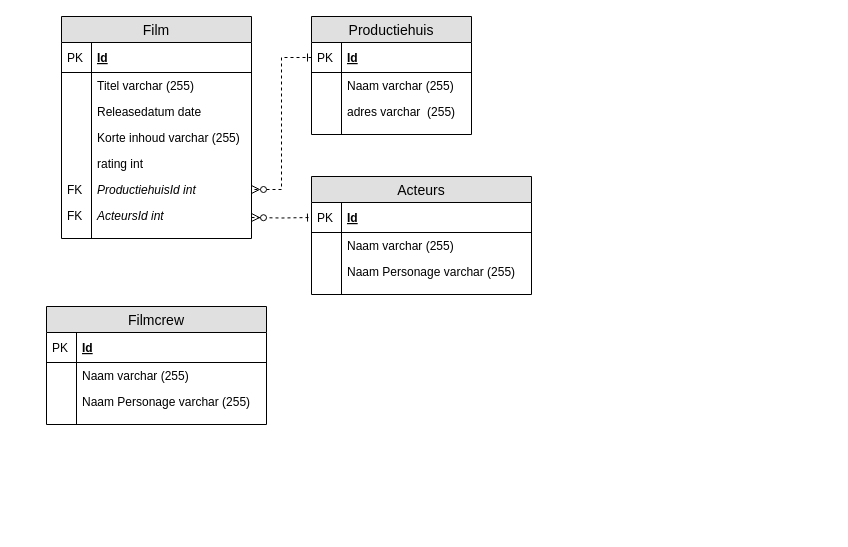
The draw.io diagram page "Oef Film" (2 of 2) of Datamodellering_Oefeningen.drawio in donnie1998/thomasmore2019-2020, before the edit. Source tidied: cells renumbered, new cells numbered last; positions are measured from the earlier drawing's top-left corner, leaving out a move shared by most shapes. Both pictures are drawn from the tidied source at 100%, with x=0, y=0 at pixel (46, 16).
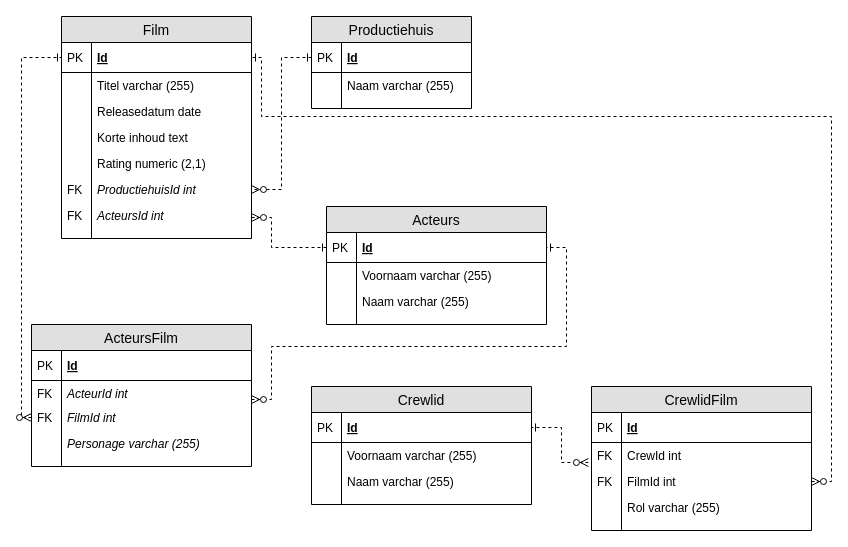
The same page after the edit.

Unchanged cells that the change refers to:
```xml
<mxCell id="3" value="Film" style="swimlane;fontStyle=0;horizontal=1;startSize=26;fillColor=#e0e0e0;swimlaneFillColor=#ffffff;align=center;fontSize=14;" parent="1" vertex="1">
  <mxGeometry x="15" width="190" height="222" as="geometry" />
</mxCell>
<mxCell id="4" value="Id" style="shape=partialRectangle;top=0;left=0;right=0;bottom=1;align=left;verticalAlign=middle;fillColor=none;spacingLeft=34;spacingRight=4;overflow=hidden;points=[[0,0.5],[1,0.5]];portConstraint=eastwest;fontStyle=5;fontSize=12;" parent="3" vertex="1">
  <mxGeometry y="26" width="190" height="30" as="geometry" />
</mxCell>
<mxCell id="31" value="Id" style="shape=partialRectangle;top=0;left=0;right=0;bottom=1;align=left;verticalAlign=middle;fillColor=none;spacingLeft=34;spacingRight=4;overflow=hidden;points=[[0,0.5],[1,0.5]];portConstraint=eastwest;fontStyle=5;fontSize=12;" parent="30" vertex="1">
  <mxGeometry y="26" width="220" height="30" as="geometry" />
</mxCell>
<mxCell id="40" value="Id" style="shape=partialRectangle;top=0;left=0;right=0;bottom=1;align=left;verticalAlign=middle;fillColor=none;spacingLeft=34;spacingRight=4;overflow=hidden;points=[[0,0.5],[1,0.5]];portConstraint=eastwest;fontStyle=5;fontSize=12;" parent="39" vertex="1">
  <mxGeometry y="26" width="220" height="30" as="geometry" />
</mxCell>
```

The edit, as a diff of the source:
```diff
@@
     <mxCell id="2" style="edgeStyle=orthogonalEdgeStyle;rounded=0;jettySize=auto;html=1;dashed=1;startArrow=ERzeroToMany;startFill=1;endArrow=ERone;endFill=0;entryX=0;entryY=0.5;entryDx=0;entryDy=0;" parent="1" edge="1" target="31">
       <mxGeometry relative="1" as="geometry">
         <mxPoint x="205" y="201" as="sourcePoint" />
+        <Array as="points">
+          <mxPoint x="225" y="201" />
+          <mxPoint x="225" y="231" />
+        </Array>
       </mxGeometry>
     </mxCell>
@@
-    <mxCell id="10" value="Korte inhoud varchar (255)" style="shape=partialRectangle;top=0;left=0;right=0;bottom=0;align=left;verticalAlign=top;fillColor=none;spacingLeft=34;spacingRight=4;overflow=hidden;fontSize=12;" parent="3" vertex="1">
+    <mxCell id="10" value="Korte inhoud text" style="shape=partialRectangle;top=0;left=0;right=0;bottom=0;align=left;verticalAlign=top;fillColor=none;spacingLeft=34;spacingRight=4;overflow=hidden;fontSize=12;" parent="3" vertex="1">
       <mxGeometry y="108" width="190" height="26" as="geometry" />
     </mxCell>
@@
-    <mxCell id="12" value="rating int" style="shape=partialRectangle;top=0;left=0;right=0;bottom=0;align=left;verticalAlign=top;fillColor=none;spacingLeft=34;spacingRight=4;overflow=hidden;fontSize=12;" parent="3" vertex="1">
+    <mxCell id="12" value="Rating numeric (2,1)" style="shape=partialRectangle;top=0;left=0;right=0;bottom=0;align=left;verticalAlign=top;fillColor=none;spacingLeft=34;spacingRight=4;overflow=hidden;fontSize=12;" parent="3" vertex="1">
       <mxGeometry y="134" width="190" height="26" as="geometry" />
     </mxCell>
@@
     <mxCell id="21" value="Productiehuis" style="swimlane;fontStyle=0;horizontal=1;startSize=26;fillColor=#e0e0e0;swimlaneFillColor=#ffffff;align=center;fontSize=14;" parent="1" vertex="1">
-      <mxGeometry x="265" width="160" height="118" as="geometry" />
+      <mxGeometry x="265" width="160" height="92" as="geometry" />
     </mxCell>
@@
-    <mxCell id="26" value="adres varchar  (255)" style="shape=partialRectangle;top=0;left=0;right=0;bottom=0;align=left;verticalAlign=top;fillColor=none;spacingLeft=34;spacingRight=4;overflow=hidden;fontSize=12;" parent="21" vertex="1">
-      <mxGeometry y="82" width="160" height="26" as="geometry" />
-    </mxCell>
-    <mxCell id="27" style="shape=partialRectangle;top=0;left=0;bottom=0;fillColor=none;align=left;verticalAlign=top;spacingLeft=4;spacingRight=4;overflow=hidden;fontSize=12;" parent="26" vertex="1">
-      <mxGeometry width="30" height="26" as="geometry" />
-    </mxCell>
     <mxCell id="28" style="shape=partialRectangle;top=0;left=0;right=0;bottom=0;align=left;verticalAlign=top;fillColor=none;spacingLeft=34;spacingRight=4;overflow=hidden;fontSize=12;" parent="21" vertex="1">
-      <mxGeometry y="108" width="160" height="10" as="geometry" />
+      <mxGeometry y="82" width="160" height="10" as="geometry" />
     </mxCell>
@@
     <mxCell id="30" value="Acteurs" style="swimlane;fontStyle=0;horizontal=1;startSize=26;fillColor=#e0e0e0;swimlaneFillColor=#ffffff;align=center;fontSize=14;" parent="1" vertex="1">
-      <mxGeometry x="265" y="160" width="220" height="118" as="geometry" />
+      <mxGeometry x="280" y="190" width="220" height="118" as="geometry" />
     </mxCell>
@@
-    <mxCell id="33" value="Naam varchar (255)" style="shape=partialRectangle;top=0;left=0;right=0;bottom=0;align=left;verticalAlign=top;fillColor=none;spacingLeft=34;spacingRight=4;overflow=hidden;fontSize=12;" parent="30" vertex="1">
+    <mxCell id="33" value="Voornaam varchar (255)" style="shape=partialRectangle;top=0;left=0;right=0;bottom=0;align=left;verticalAlign=top;fillColor=none;spacingLeft=34;spacingRight=4;overflow=hidden;fontSize=12;" parent="30" vertex="1">
       <mxGeometry y="56" width="220" height="26" as="geometry" />
     </mxCell>
@@
-    <mxCell id="35" value="Naam Personage varchar (255)" style="shape=partialRectangle;top=0;left=0;right=0;bottom=0;align=left;verticalAlign=top;fillColor=none;spacingLeft=34;spacingRight=4;overflow=hidden;fontSize=12;" parent="30" vertex="1">
-      <mxGeometry y="82" width="220" height="26" as="geometry" />
-    </mxCell>
-    <mxCell id="36" style="shape=partialRectangle;top=0;left=0;bottom=0;fillColor=none;align=left;verticalAlign=top;spacingLeft=4;spacingRight=4;overflow=hidden;fontSize=12;" parent="35" vertex="1">
-      <mxGeometry width="30" height="26" as="geometry" />
-    </mxCell>
+    <mxCell id="48" value="Naam varchar (255)" style="shape=partialRectangle;top=0;left=0;right=0;bottom=0;align=left;verticalAlign=top;fillColor=none;spacingLeft=34;spacingRight=4;overflow=hidden;fontSize=12;" parent="30" vertex="1">
+      <mxGeometry y="82" width="220" height="26" as="geometry" />
+    </mxCell>
+    <mxCell id="49" style="shape=partialRectangle;top=0;left=0;bottom=0;fillColor=none;align=left;verticalAlign=top;spacingLeft=4;spacingRight=4;overflow=hidden;fontSize=12;" parent="48" vertex="1">
+      <mxGeometry width="30" height="26" as="geometry" />
+    </mxCell>
@@
-    <mxCell id="39" value="Filmcrew" style="swimlane;fontStyle=0;horizontal=1;startSize=26;fillColor=#e0e0e0;swimlaneFillColor=#ffffff;align=center;fontSize=14;" parent="1" vertex="1">
-      <mxGeometry y="290" width="220" height="118" as="geometry" />
+    <mxCell id="39" value="Crewlid" style="swimlane;fontStyle=0;horizontal=1;startSize=26;fillColor=#e0e0e0;swimlaneFillColor=#ffffff;align=center;fontSize=14;" parent="1" vertex="1">
+      <mxGeometry x="265" y="370" width="220" height="118" as="geometry" />
     </mxCell>
@@
-    <mxCell id="42" value="Naam varchar (255)" style="shape=partialRectangle;top=0;left=0;right=0;bottom=0;align=left;verticalAlign=top;fillColor=none;spacingLeft=34;spacingRight=4;overflow=hidden;fontSize=12;" parent="39" vertex="1">
+    <mxCell id="42" value="Voornaam varchar (255)" style="shape=partialRectangle;top=0;left=0;right=0;bottom=0;align=left;verticalAlign=top;fillColor=none;spacingLeft=34;spacingRight=4;overflow=hidden;fontSize=12;" parent="39" vertex="1">
       <mxGeometry y="56" width="220" height="26" as="geometry" />
     </mxCell>
@@
-    <mxCell id="44" value="Naam Personage varchar (255)" style="shape=partialRectangle;top=0;left=0;right=0;bottom=0;align=left;verticalAlign=top;fillColor=none;spacingLeft=34;spacingRight=4;overflow=hidden;fontSize=12;" parent="39" vertex="1">
+    <mxCell id="44" value="Naam varchar (255)" style="shape=partialRectangle;top=0;left=0;right=0;bottom=0;align=left;verticalAlign=top;fillColor=none;spacingLeft=34;spacingRight=4;overflow=hidden;fontSize=12;" parent="39" vertex="1">
       <mxGeometry y="82" width="220" height="26" as="geometry" />
     </mxCell>
@@
+    <mxCell id="50" style="edgeStyle=orthogonalEdgeStyle;rounded=0;jettySize=auto;html=1;dashed=1;startArrow=ERzeroToMany;startFill=1;endArrow=ERone;endFill=0;entryX=0;entryY=0.5;entryDx=0;entryDy=0;exitX=0;exitY=0.5;exitDx=0;exitDy=0;" parent="1" edge="1" source="57" target="4">
+      <mxGeometry relative="1" as="geometry">
+        <Array as="points">
+          <mxPoint x="-25" y="401" />
+          <mxPoint x="-25" y="41" />
+        </Array>
+      </mxGeometry>
+    </mxCell>
+    <mxCell id="51" style="edgeStyle=orthogonalEdgeStyle;rounded=0;jettySize=auto;html=1;dashed=1;startArrow=ERzeroToMany;startFill=1;endArrow=ERone;endFill=0;exitX=1;exitY=-0.192;exitDx=0;exitDy=0;exitPerimeter=0;entryX=1;entryY=0.5;entryDx=0;entryDy=0;" parent="1" edge="1" source="57" target="31">
+      <mxGeometry relative="1" as="geometry">
+        <Array as="points">
+          <mxPoint x="225" y="383" />
+          <mxPoint x="225" y="330" />
+          <mxPoint x="520" y="330" />
+          <mxPoint x="520" y="231" />
+        </Array>
+      </mxGeometry>
+    </mxCell>
+    <mxCell id="52" value="ActeursFilm" style="swimlane;fontStyle=0;horizontal=1;startSize=26;fillColor=#e0e0e0;swimlaneFillColor=#ffffff;align=center;fontSize=14;" parent="1" vertex="1">
+      <mxGeometry x="-15" y="308" width="220" height="142" as="geometry" />
+    </mxCell>
+    <mxCell id="53" value="Id" style="shape=partialRectangle;top=0;left=0;right=0;bottom=1;align=left;verticalAlign=middle;fillColor=none;spacingLeft=34;spacingRight=4;overflow=hidden;fontStyle=5;fontSize=12;" parent="52" vertex="1">
+      <mxGeometry y="26" width="220" height="30" as="geometry" />
+    </mxCell>
+    <mxCell id="54" value="PK" style="shape=partialRectangle;top=0;left=0;bottom=0;fillColor=none;align=left;verticalAlign=middle;spacingLeft=4;spacingRight=4;overflow=hidden;fontSize=12;" parent="53" vertex="1">
+      <mxGeometry width="30" height="30" as="geometry" />
+    </mxCell>
+    <mxCell id="55" value="ActeurId int" style="shape=partialRectangle;top=0;left=0;right=0;bottom=0;align=left;verticalAlign=top;fillColor=none;spacingLeft=34;spacingRight=4;overflow=hidden;fontSize=12;fontStyle=2;" parent="52" vertex="1">
+      <mxGeometry y="56" width="220" height="24" as="geometry" />
+    </mxCell>
+    <mxCell id="56" value="FK" style="shape=partialRectangle;top=0;left=0;bottom=0;fillColor=none;align=left;verticalAlign=top;spacingLeft=4;spacingRight=4;overflow=hidden;fontSize=12;" parent="55" vertex="1">
+      <mxGeometry width="30" height="24" as="geometry" />
+    </mxCell>
+    <mxCell id="57" value="FilmId int" style="shape=partialRectangle;top=0;left=0;right=0;bottom=0;align=left;verticalAlign=top;fillColor=none;spacingLeft=34;spacingRight=4;overflow=hidden;points=[[0,0.5],[1,0.5]];portConstraint=eastwest;fontSize=12;fontStyle=2;" parent="52" vertex="1">
+      <mxGeometry y="80" width="220" height="26" as="geometry" />
+    </mxCell>
+    <mxCell id="58" value="FK" style="shape=partialRectangle;top=0;left=0;bottom=0;fillColor=none;align=left;verticalAlign=top;spacingLeft=4;spacingRight=4;overflow=hidden;fontSize=12;" parent="57" vertex="1">
+      <mxGeometry width="30" height="26" as="geometry" />
+    </mxCell>
+    <mxCell id="59" value="Personage varchar (255)" style="shape=partialRectangle;top=0;left=0;right=0;bottom=0;align=left;verticalAlign=top;fillColor=none;spacingLeft=34;spacingRight=4;overflow=hidden;fontSize=12;fontStyle=2;" parent="52" vertex="1">
+      <mxGeometry y="106" width="220" height="26" as="geometry" />
+    </mxCell>
+    <mxCell id="60" style="shape=partialRectangle;top=0;left=0;bottom=0;fillColor=none;align=left;verticalAlign=top;spacingLeft=4;spacingRight=4;overflow=hidden;fontSize=12;" parent="59" vertex="1">
+      <mxGeometry width="30" height="26" as="geometry" />
+    </mxCell>
+    <mxCell id="61" style="shape=partialRectangle;top=0;left=0;right=0;bottom=0;align=left;verticalAlign=top;fillColor=none;spacingLeft=34;spacingRight=4;overflow=hidden;fontSize=12;" parent="52" vertex="1">
+      <mxGeometry y="132" width="220" height="10" as="geometry" />
+    </mxCell>
+    <mxCell id="62" style="shape=partialRectangle;top=0;left=0;bottom=0;fillColor=none;align=left;verticalAlign=top;spacingLeft=4;spacingRight=4;overflow=hidden;fontSize=12;" parent="61" vertex="1">
+      <mxGeometry width="30" height="10" as="geometry" />
+    </mxCell>
+    <mxCell id="63" style="edgeStyle=orthogonalEdgeStyle;rounded=0;jettySize=auto;html=1;dashed=1;startArrow=ERzeroToMany;startFill=1;endArrow=ERone;endFill=0;entryX=1;entryY=0.5;entryDx=0;entryDy=0;exitX=-0.014;exitY=0.769;exitDx=0;exitDy=0;exitPerimeter=0;" parent="1" edge="1" source="68" target="40">
+      <mxGeometry relative="1" as="geometry" />
+    </mxCell>
+    <mxCell id="64" style="edgeStyle=orthogonalEdgeStyle;rounded=0;jettySize=auto;html=1;dashed=1;startArrow=ERzeroToMany;startFill=1;endArrow=ERone;endFill=0;entryX=1;entryY=0.5;entryDx=0;entryDy=0;" parent="1" edge="1" target="4">
+      <mxGeometry relative="1" as="geometry">
+        <mxPoint x="765" y="465" as="sourcePoint" />
+        <Array as="points">
+          <mxPoint x="785" y="465" />
+          <mxPoint x="785" y="100" />
+          <mxPoint x="215" y="100" />
+          <mxPoint x="215" y="41" />
+        </Array>
+      </mxGeometry>
+    </mxCell>
+    <mxCell id="65" value="CrewlidFilm" style="swimlane;fontStyle=0;horizontal=1;startSize=26;fillColor=#e0e0e0;swimlaneFillColor=#ffffff;align=center;fontSize=14;" parent="1" vertex="1">
+      <mxGeometry x="545" y="370" width="220" height="144" as="geometry" />
+    </mxCell>
+    <mxCell id="66" value="Id" style="shape=partialRectangle;top=0;left=0;right=0;bottom=1;align=left;verticalAlign=middle;fillColor=none;spacingLeft=34;spacingRight=4;overflow=hidden;fontStyle=5;fontSize=12;" parent="65" vertex="1">
+      <mxGeometry y="26" width="220" height="30" as="geometry" />
+    </mxCell>
+    <mxCell id="67" value="PK" style="shape=partialRectangle;top=0;left=0;bottom=0;fillColor=none;align=left;verticalAlign=middle;spacingLeft=4;spacingRight=4;overflow=hidden;fontSize=12;" parent="66" vertex="1">
+      <mxGeometry width="30" height="30" as="geometry" />
+    </mxCell>
+    <mxCell id="68" value="CrewId int" style="shape=partialRectangle;top=0;left=0;right=0;bottom=0;align=left;verticalAlign=top;fillColor=none;spacingLeft=34;spacingRight=4;overflow=hidden;points=[[0,0.5],[1,0.5]];portConstraint=eastwest;fontSize=12;" parent="65" vertex="1">
+      <mxGeometry y="56" width="220" height="26" as="geometry" />
+    </mxCell>
+    <mxCell id="69" value="FK" style="shape=partialRectangle;top=0;left=0;bottom=0;fillColor=none;align=left;verticalAlign=top;spacingLeft=4;spacingRight=4;overflow=hidden;fontSize=12;" parent="68" vertex="1">
+      <mxGeometry width="30" height="26" as="geometry" />
+    </mxCell>
+    <mxCell id="70" value="FilmId int" style="shape=partialRectangle;top=0;left=0;right=0;bottom=0;align=left;verticalAlign=top;fillColor=none;spacingLeft=34;spacingRight=4;overflow=hidden;fontSize=12;" parent="65" vertex="1">
+      <mxGeometry y="82" width="220" height="26" as="geometry" />
+    </mxCell>
+    <mxCell id="71" value="FK" style="shape=partialRectangle;top=0;left=0;bottom=0;fillColor=none;align=left;verticalAlign=top;spacingLeft=4;spacingRight=4;overflow=hidden;fontSize=12;" parent="70" vertex="1">
+      <mxGeometry width="30" height="26" as="geometry" />
+    </mxCell>
+    <mxCell id="72" value="Rol varchar (255)" style="shape=partialRectangle;top=0;left=0;right=0;bottom=0;align=left;verticalAlign=top;fillColor=none;spacingLeft=34;spacingRight=4;overflow=hidden;fontSize=12;" parent="65" vertex="1">
+      <mxGeometry y="108" width="220" height="26" as="geometry" />
+    </mxCell>
+    <mxCell id="73" style="shape=partialRectangle;top=0;left=0;bottom=0;fillColor=none;align=left;verticalAlign=top;spacingLeft=4;spacingRight=4;overflow=hidden;fontSize=12;" parent="72" vertex="1">
+      <mxGeometry width="30" height="26" as="geometry" />
+    </mxCell>
+    <mxCell id="74" style="shape=partialRectangle;top=0;left=0;right=0;bottom=0;align=left;verticalAlign=top;fillColor=none;spacingLeft=34;spacingRight=4;overflow=hidden;fontSize=12;" parent="65" vertex="1">
+      <mxGeometry y="134" width="220" height="10" as="geometry" />
+    </mxCell>
+    <mxCell id="75" style="shape=partialRectangle;top=0;left=0;bottom=0;fillColor=none;align=left;verticalAlign=top;spacingLeft=4;spacingRight=4;overflow=hidden;fontSize=12;" parent="74" vertex="1">
+      <mxGeometry width="30" height="10" as="geometry" />
+    </mxCell>
```
